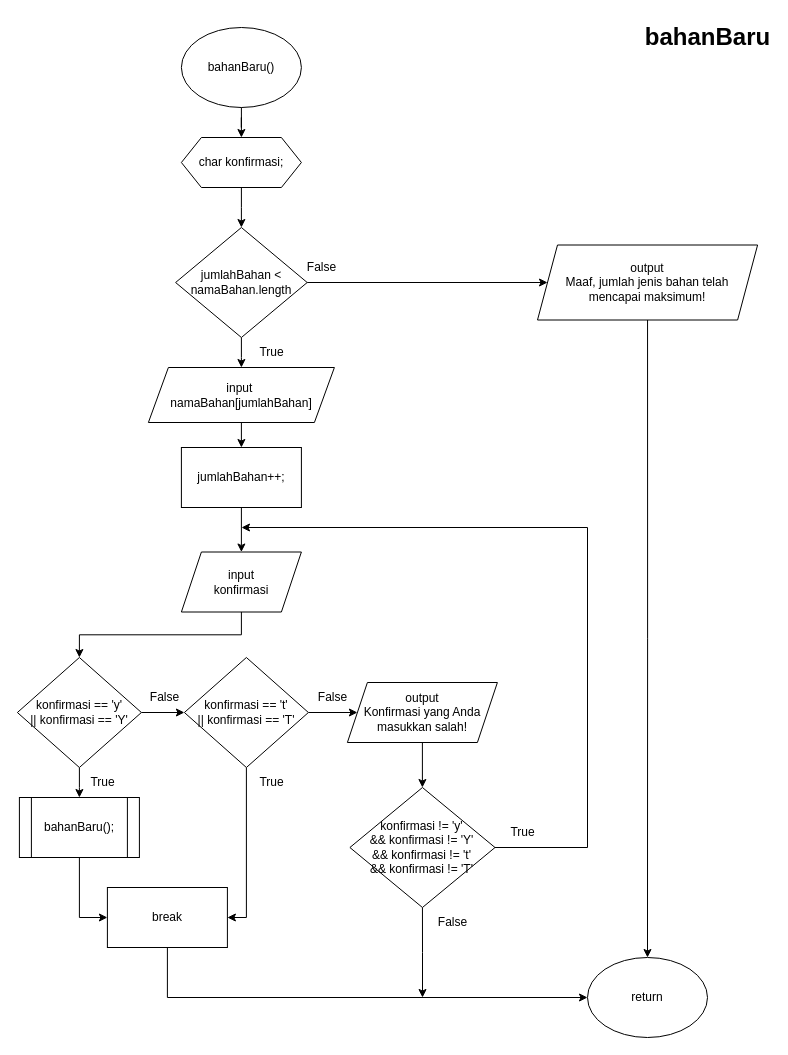
Above: page "bahanBaru" (6 of 10) of Tugas Akhir/Flowchart.drawio in nhaidaar/daspro (draw.io), before the change. Source tidied: cells renumbered, new cells numbered last; positions are measured from the earlier drawing's top-left corner, leaving out a move shared by most shapes. Both pictures are drawn from the tidied source at 100%, with x=0, y=0 at pixel (17, 17).
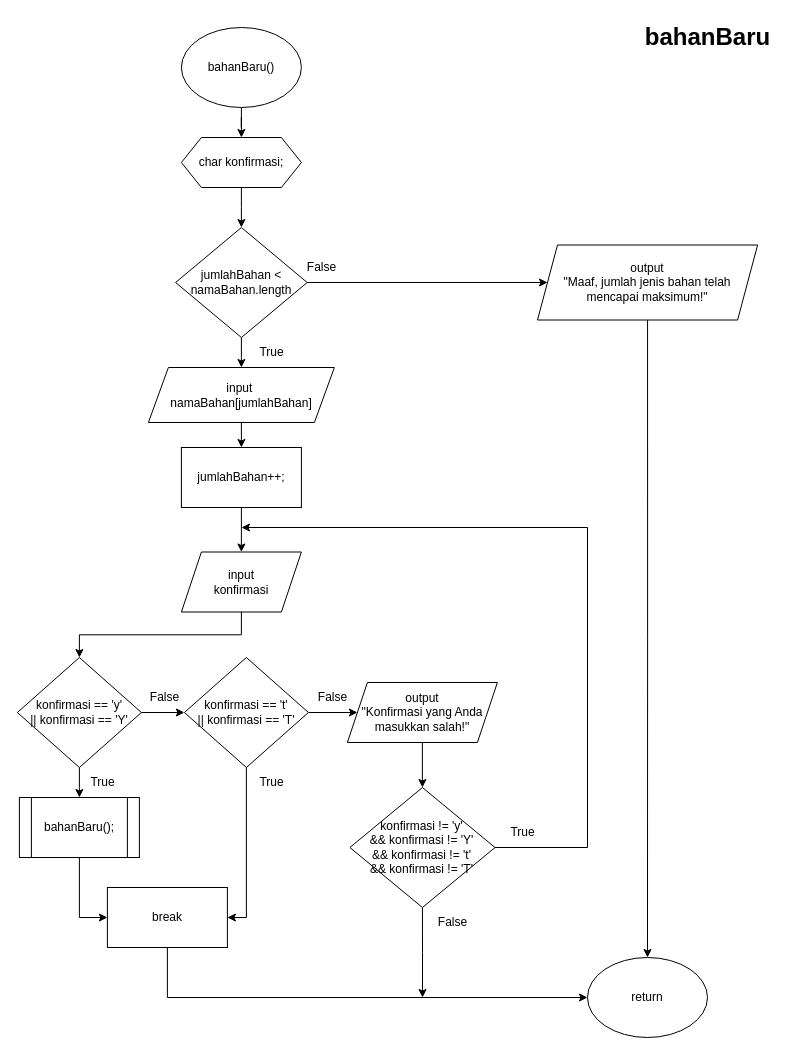
After the change.

What changed in the source:
```diff
@@
-    <mxCell id="22" value="output&lt;br&gt;Konfirmasi yang Anda masukkan salah!" style="shape=parallelogram;perimeter=parallelogramPerimeter;whiteSpace=wrap;html=1;fixedSize=1;" parent="1" vertex="1">
+    <mxCell id="22" value="output&lt;br&gt;&quot;Konfirmasi yang Anda masukkan salah!&quot;" style="shape=parallelogram;perimeter=parallelogramPerimeter;whiteSpace=wrap;html=1;fixedSize=1;" parent="1" vertex="1">
       <mxGeometry x="329.9" y="665" width="150" height="60" as="geometry" />
     </mxCell>
@@
-    <mxCell id="29" value="output&lt;br&gt;Maaf, jumlah jenis bahan telah mencapai maksimum!" style="shape=parallelogram;perimeter=parallelogramPerimeter;whiteSpace=wrap;html=1;fixedSize=1;" parent="1" vertex="1">
+    <mxCell id="29" value="output&lt;br&gt;&quot;Maaf, jumlah jenis bahan telah mencapai maksimum!&quot;" style="shape=parallelogram;perimeter=parallelogramPerimeter;whiteSpace=wrap;html=1;fixedSize=1;" parent="1" vertex="1">
       <mxGeometry x="520" y="227.5" width="220.1" height="75" as="geometry" />
     </mxCell>
```
